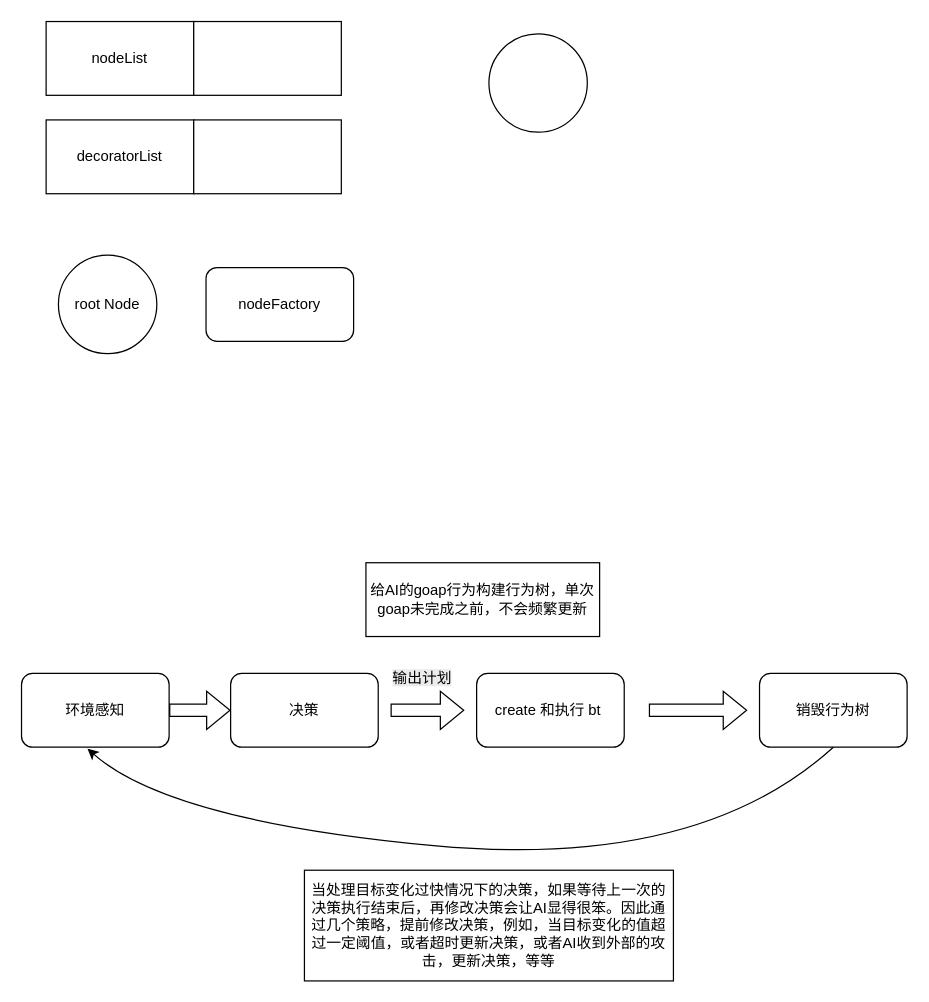
The draw.io diagram AI行为树.drawio in junpfeng/UE, before the edit. Source tidied: cells renumbered, new cells numbered last; positions are measured from the earlier drawing's top-left corner, leaving out a move shared by most shapes. Both pictures are drawn from the tidied source at 123%, with x=0, y=0 at pixel (21, 21).
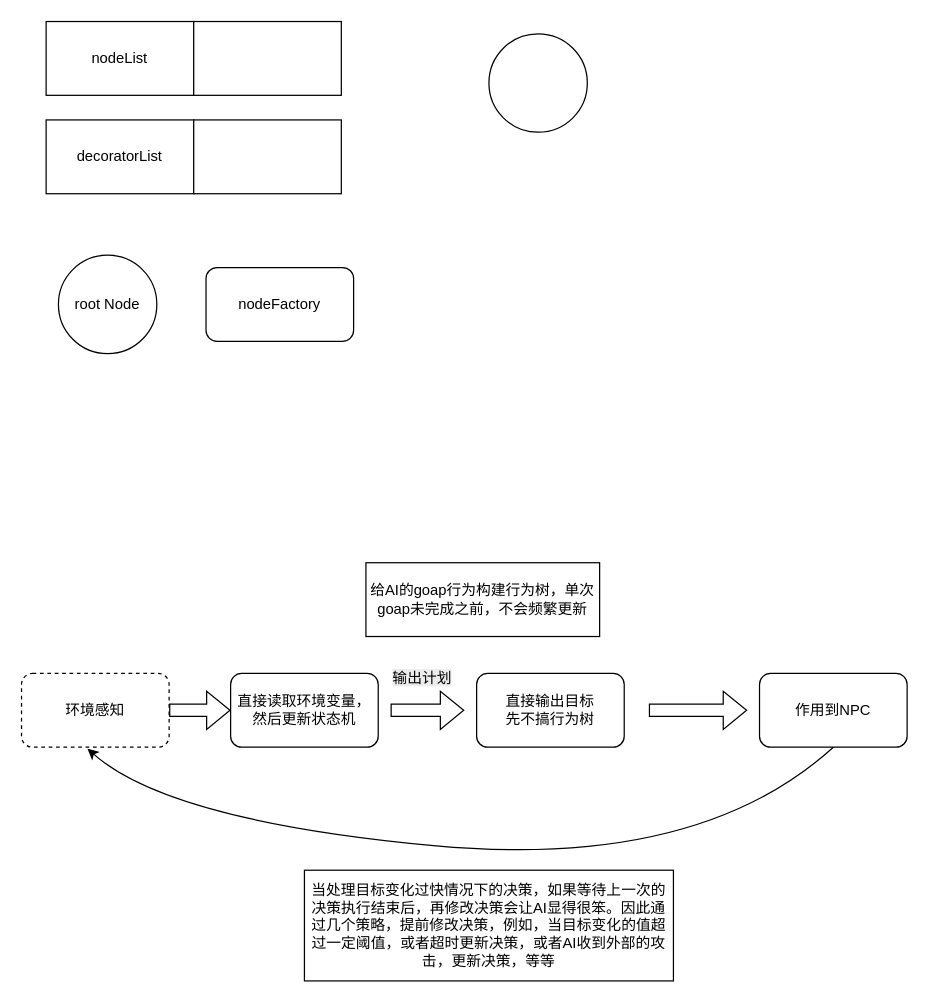
The same diagram, later.

Commit message:
更新AI行为树.drawio

Diff of the diagram source:
```diff
@@
-    <mxCell id="9" value="create 和执行 bt&amp;nbsp;" style="rounded=1;whiteSpace=wrap;html=1;" parent="1" vertex="1">
+    <mxCell id="9" value="直接输出目标&lt;br&gt;先不搞行为树" style="rounded=1;whiteSpace=wrap;html=1;" parent="1" vertex="1">
       <mxGeometry x="370" y="530" width="120" height="60" as="geometry" />
     </mxCell>
-    <mxCell id="10" value="决策" style="rounded=1;whiteSpace=wrap;html=1;" parent="1" vertex="1">
+    <mxCell id="10" value="直接读取环境变量，然后更新状态机" style="rounded=1;whiteSpace=wrap;html=1;" parent="1" vertex="1">
       <mxGeometry x="170" y="530" width="120" height="60" as="geometry" />
     </mxCell>
@@
-    <mxCell id="13" value="销毁行为树" style="rounded=1;whiteSpace=wrap;html=1;" parent="1" vertex="1">
+    <mxCell id="13" value="作用到NPC" style="rounded=1;whiteSpace=wrap;html=1;" parent="1" vertex="1">
       <mxGeometry x="600" y="530" width="120" height="60" as="geometry" />
     </mxCell>
-    <mxCell id="14" value="环境感知" style="rounded=1;whiteSpace=wrap;html=1;" parent="1" vertex="1">
+    <mxCell id="14" value="环境感知" style="rounded=1;whiteSpace=wrap;html=1;dashed=1;" parent="1" vertex="1">
       <mxGeometry y="530" width="120" height="60" as="geometry" />
     </mxCell>
```
